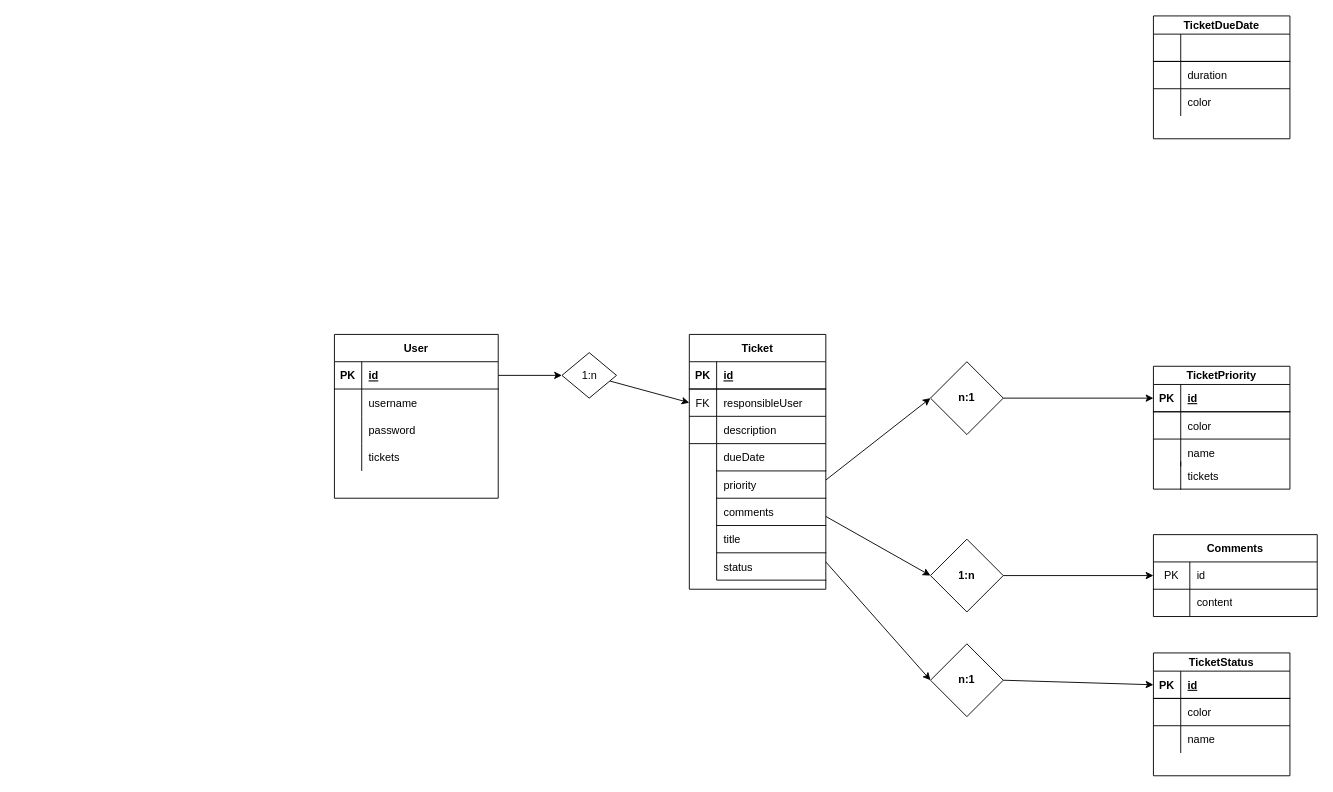
Before: notes/erd.drawio in Dyvd4/ticketify, a draw.io diagram. Source tidied: cells renumbered, new cells numbered last; positions are measured from the earlier drawing's top-left corner, leaving out a move shared by most shapes. Both pictures are drawn from the tidied source at 91%, with x=0, y=0 at pixel (334, 15).
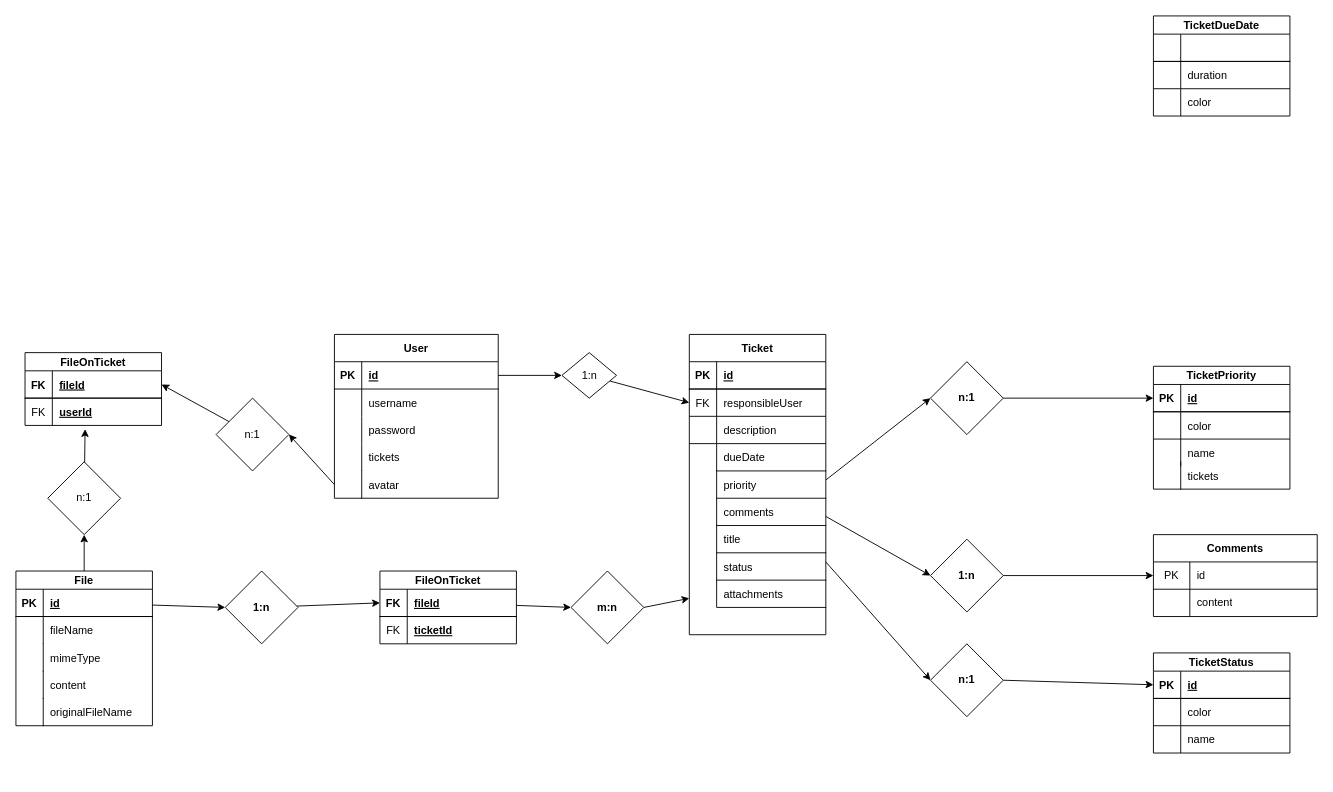
The same diagram, later.

Commit message (it also covers changes not shown here):
Added fileOnUser and renamed fileOnTicket on relation tables

The edit, as a diff of the source:
```diff
@@
     <mxCell id="17" value="Ticket" style="shape=table;startSize=30;childLayout=tableLayout;rowLines=1;fontStyle=1;align=center;" parent="1" vertex="1">
-      <mxGeometry x="390" y="350" width="150" height="280" as="geometry" />
+      <mxGeometry x="390" y="350" width="150" height="330" as="geometry" />
     </mxCell>
@@
     <mxCell id="57" value="TicketDueDate" style="shape=table;startSize=20;childLayout=tableLayout;rowLines=1;fontStyle=1;align=center;columnLines=1;" parent="1" vertex="1">
-      <mxGeometry x="900" width="150" height="135" as="geometry" />
+      <mxGeometry x="900" width="150" height="110" as="geometry" />
     </mxCell>
@@
     <mxCell id="69" value="TicketStatus" style="shape=table;startSize=20;childLayout=tableLayout;rowLines=1;fontStyle=1;align=center;columnLines=1;" parent="1" vertex="1">
-      <mxGeometry x="900" y="700" width="150" height="135" as="geometry" />
+      <mxGeometry x="900" y="700" width="150" height="110" as="geometry" />
     </mxCell>
@@
+    <mxCell id="82" value="attachments" style="shape=partialRectangle;fillColor=none;top=0;left=1;bottom=1;right=0;align=left;spacingLeft=6;overflow=hidden;" parent="1" vertex="1">
+      <mxGeometry x="420" y="620" width="120" height="30" as="geometry" />
+    </mxCell>
+    <mxCell id="83" style="edgeStyle=none;html=1;exitX=1;exitY=0.5;exitDx=0;exitDy=0;" parent="1" edge="1" source="84">
+      <mxGeometry relative="1" as="geometry">
+        <mxPoint x="390" y="640" as="targetPoint" />
+      </mxGeometry>
+    </mxCell>
+    <mxCell id="84" value="m:n" style="rhombus;whiteSpace=wrap;html=1;startSize=30;fontStyle=1;" parent="1" vertex="1">
+      <mxGeometry x="260" y="610" width="80" height="80" as="geometry" />
+    </mxCell>
+    <mxCell id="85" value="FileOnTicket" style="shape=table;startSize=20;childLayout=tableLayout;rowLines=1;fontStyle=1;align=center;columnLines=1;" parent="1" vertex="1">
+      <mxGeometry x="50" y="610" width="150" height="80" as="geometry" />
+    </mxCell>
+    <mxCell id="86" style="shape=partialRectangle;fillColor=none;top=0;left=0;bottom=1;right=0;points=[[0,0.5],[1,0.5]];portConstraint=eastwest;" parent="85" vertex="1">
+      <mxGeometry y="20" width="150" height="30" as="geometry" />
+    </mxCell>
+    <mxCell id="87" value="FK" style="shape=partialRectangle;fillColor=none;top=0;left=0;bottom=0;right=0;fontStyle=1;overflow=hidden;" parent="86" vertex="1">
+      <mxGeometry width="30" height="30" as="geometry" />
+    </mxCell>
+    <mxCell id="88" value="fileId" style="shape=partialRectangle;fillColor=none;top=0;left=0;bottom=0;right=0;align=left;spacingLeft=6;fontStyle=5;overflow=hidden;" parent="86" vertex="1">
+      <mxGeometry x="30" width="120" height="30" as="geometry" />
+    </mxCell>
+    <mxCell id="89" style="shape=partialRectangle;fillColor=none;top=0;left=0;bottom=0;right=0;" parent="85" vertex="1">
+      <mxGeometry y="50" width="150" height="30" as="geometry" />
+    </mxCell>
+    <mxCell id="90" value="FK" style="shape=partialRectangle;fillColor=none;top=0;left=0;bottom=0;right=0;overflow=hidden;" parent="89" vertex="1">
+      <mxGeometry width="30" height="30" as="geometry" />
+    </mxCell>
+    <mxCell id="91" value="ticketId" style="shape=partialRectangle;fillColor=none;top=0;left=0;bottom=0;right=0;align=left;spacingLeft=6;overflow=hidden;fontStyle=5;" parent="89" vertex="1">
+      <mxGeometry x="30" width="120" height="30" as="geometry" />
+    </mxCell>
+    <mxCell id="92" style="edgeStyle=none;html=1;entryX=0;entryY=0.5;entryDx=0;entryDy=0;" parent="1" edge="1" source="93" target="86">
+      <mxGeometry relative="1" as="geometry" />
+    </mxCell>
+    <mxCell id="93" value="1:n" style="rhombus;whiteSpace=wrap;html=1;startSize=20;fontStyle=1;" parent="1" vertex="1">
+      <mxGeometry x="-120" y="610" width="80" height="80" as="geometry" />
+    </mxCell>
+    <mxCell id="94" style="edgeStyle=none;html=1;entryX=0.5;entryY=1;entryDx=0;entryDy=0;" parent="1" edge="1" source="95" target="121">
+      <mxGeometry relative="1" as="geometry" />
+    </mxCell>
+    <mxCell id="95" value="File" style="shape=table;startSize=20;childLayout=tableLayout;rowLines=1;fontStyle=1;align=center;columnLines=1;" parent="1" vertex="1">
+      <mxGeometry x="-350" y="610" width="150" height="170" as="geometry" />
+    </mxCell>
+    <mxCell id="96" style="shape=partialRectangle;fillColor=none;top=0;left=0;bottom=1;right=0;points=[[0,0.5],[1,0.5]];portConstraint=eastwest;" parent="95" vertex="1">
+      <mxGeometry y="20" width="150" height="30" as="geometry" />
+    </mxCell>
+    <mxCell id="97" value="PK" style="shape=partialRectangle;fillColor=none;top=0;left=0;bottom=0;right=0;fontStyle=1;overflow=hidden;" parent="96" vertex="1">
+      <mxGeometry width="30" height="30" as="geometry" />
+    </mxCell>
+    <mxCell id="98" value="id" style="shape=partialRectangle;fillColor=none;top=0;left=0;bottom=0;right=0;align=left;spacingLeft=6;fontStyle=5;overflow=hidden;" parent="96" vertex="1">
+      <mxGeometry x="30" width="120" height="30" as="geometry" />
+    </mxCell>
+    <mxCell id="99" style="shape=partialRectangle;fillColor=none;top=0;left=0;bottom=0;right=0;" parent="95" vertex="1">
+      <mxGeometry y="50" width="150" height="30" as="geometry" />
+    </mxCell>
+    <mxCell id="100" style="shape=partialRectangle;fillColor=none;top=0;left=0;bottom=0;right=0;overflow=hidden;" parent="99" vertex="1">
+      <mxGeometry width="30" height="30" as="geometry" />
+    </mxCell>
+    <mxCell id="101" value="fileName" style="shape=partialRectangle;fillColor=none;top=0;left=0;bottom=0;right=0;align=left;spacingLeft=6;overflow=hidden;fontStyle=0;" parent="99" vertex="1">
+      <mxGeometry x="30" width="120" height="30" as="geometry" />
+    </mxCell>
+    <mxCell id="102" style="edgeStyle=none;html=1;entryX=0;entryY=0.5;entryDx=0;entryDy=0;" parent="1" edge="1" source="96" target="93">
+      <mxGeometry relative="1" as="geometry" />
+    </mxCell>
+    <mxCell id="103" style="edgeStyle=none;html=1;entryX=0;entryY=0.5;entryDx=0;entryDy=0;" parent="1" edge="1" source="86" target="84">
+      <mxGeometry relative="1" as="geometry" />
+    </mxCell>
+    <mxCell id="104" value="mimeType" style="shape=partialRectangle;fillColor=none;top=0;left=1;bottom=0;right=0;align=left;spacingLeft=6;overflow=hidden;fontStyle=0;" parent="1" vertex="1">
+      <mxGeometry x="-320" y="690" width="120" height="30" as="geometry" />
+    </mxCell>
+    <mxCell id="105" value="content" style="shape=partialRectangle;fillColor=none;top=0;left=1;bottom=0;right=0;align=left;spacingLeft=6;overflow=hidden;fontStyle=0;" parent="1" vertex="1">
+      <mxGeometry x="-320" y="720" width="120" height="30" as="geometry" />
+    </mxCell>
+    <mxCell id="106" value="originalFileName" style="shape=partialRectangle;fillColor=none;top=0;left=1;bottom=0;right=0;align=left;spacingLeft=6;overflow=hidden;fontStyle=0;" parent="1" vertex="1">
+      <mxGeometry x="-320" y="750" width="120" height="30" as="geometry" />
+    </mxCell>
+    <mxCell id="107" style="edgeStyle=none;html=1;exitX=0;exitY=0.5;exitDx=0;exitDy=0;entryX=1;entryY=0.5;entryDx=0;entryDy=0;" parent="1" edge="1" source="108" target="119">
+      <mxGeometry relative="1" as="geometry" />
+    </mxCell>
+    <mxCell id="108" style="shape=partialRectangle;fillColor=none;top=0;left=0;bottom=0;right=0;points=[[0,0.5],[1,0.5]];portConstraint=eastwest;" parent="1" vertex="1">
+      <mxGeometry y="500" width="180" height="30" as="geometry" />
+    </mxCell>
+    <mxCell id="109" style="shape=partialRectangle;fillColor=none;top=0;left=0;bottom=0;right=0;overflow=hidden;" parent="108" vertex="1">
+      <mxGeometry width="30" height="30" as="geometry" />
+    </mxCell>
+    <mxCell id="110" value="avatar" style="shape=partialRectangle;fillColor=none;top=0;left=1;bottom=0;right=0;align=left;spacingLeft=6;overflow=hidden;" parent="108" vertex="1">
+      <mxGeometry x="30" width="150" height="30" as="geometry" />
+    </mxCell>
+    <mxCell id="111" value="FileOnTicket" style="shape=table;startSize=20;childLayout=tableLayout;rowLines=1;fontStyle=1;align=center;columnLines=1;" parent="1" vertex="1">
+      <mxGeometry x="-340" y="370" width="150" height="80" as="geometry" />
+    </mxCell>
+    <mxCell id="112" style="shape=partialRectangle;fillColor=none;top=0;left=0;bottom=1;right=0;points=[[0,0.5],[1,0.5]];portConstraint=eastwest;" parent="111" vertex="1">
+      <mxGeometry y="20" width="150" height="30" as="geometry" />
+    </mxCell>
+    <mxCell id="113" value="FK" style="shape=partialRectangle;fillColor=none;top=0;left=0;bottom=0;right=0;fontStyle=1;overflow=hidden;" parent="112" vertex="1">
+      <mxGeometry width="30" height="30" as="geometry" />
+    </mxCell>
+    <mxCell id="114" value="fileId" style="shape=partialRectangle;fillColor=none;top=0;left=0;bottom=0;right=0;align=left;spacingLeft=6;fontStyle=5;overflow=hidden;" parent="112" vertex="1">
+      <mxGeometry x="30" width="120" height="30" as="geometry" />
+    </mxCell>
+    <mxCell id="115" style="shape=partialRectangle;fillColor=none;top=0;left=0;bottom=0;right=0;points=[[0,0.5],[1,0.5]];portConstraint=eastwest;" parent="111" vertex="1">
+      <mxGeometry y="50" width="150" height="30" as="geometry" />
+    </mxCell>
+    <mxCell id="116" value="FK" style="shape=partialRectangle;fillColor=none;top=0;left=0;bottom=0;right=0;overflow=hidden;" parent="115" vertex="1">
+      <mxGeometry width="30" height="30" as="geometry" />
+    </mxCell>
+    <mxCell id="117" value="userId" style="shape=partialRectangle;fillColor=none;top=0;left=0;bottom=0;right=0;align=left;spacingLeft=6;overflow=hidden;fontStyle=5;" parent="115" vertex="1">
+      <mxGeometry x="30" width="120" height="30" as="geometry" />
+    </mxCell>
+    <mxCell id="118" style="edgeStyle=none;html=1;entryX=1;entryY=0.5;entryDx=0;entryDy=0;" parent="1" edge="1" source="119" target="112">
+      <mxGeometry relative="1" as="geometry" />
+    </mxCell>
+    <mxCell id="119" value="n:1" style="rhombus;whiteSpace=wrap;html=1;fillColor=none;" parent="1" vertex="1">
+      <mxGeometry x="-130" y="420" width="80" height="80" as="geometry" />
+    </mxCell>
+    <mxCell id="120" style="edgeStyle=none;html=1;entryX=0.44;entryY=1.135;entryDx=0;entryDy=0;entryPerimeter=0;" parent="1" edge="1" source="121" target="115">
+      <mxGeometry relative="1" as="geometry" />
+    </mxCell>
+    <mxCell id="121" value="n:1" style="rhombus;whiteSpace=wrap;html=1;fillColor=none;" parent="1" vertex="1">
+      <mxGeometry x="-315" y="490" width="80" height="80" as="geometry" />
+    </mxCell>
```
